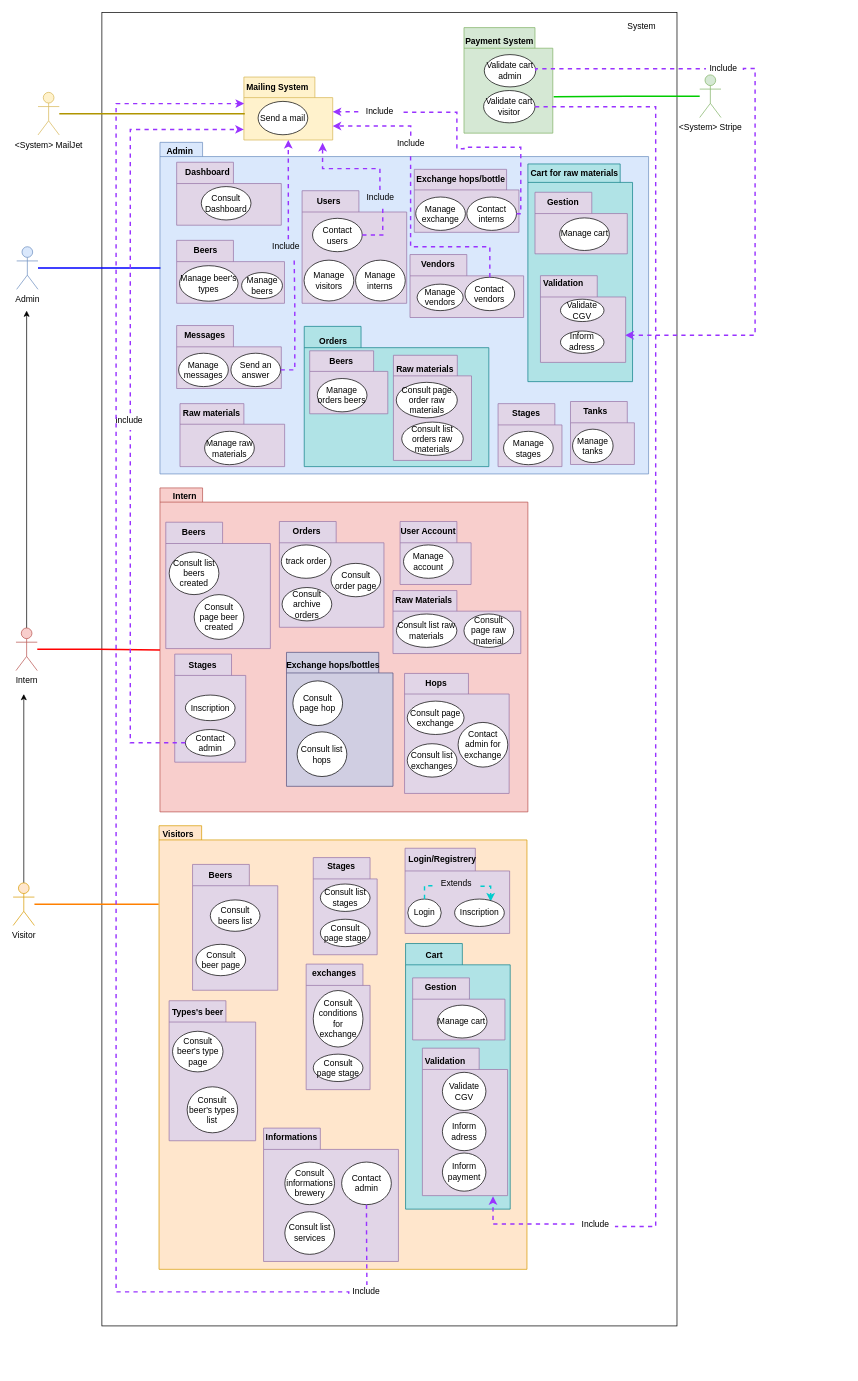
The draw.io diagram partiel use case and package diagram.drawio in Aurelie1416/books-key, before the edit. Source tidied: cells renumbered, new cells numbered last; positions are measured from the earlier drawing's top-left corner, leaving out a move shared by most shapes. Both pictures are drawn from the tidied source at 71%, with x=0, y=0 at pixel (13, 12).
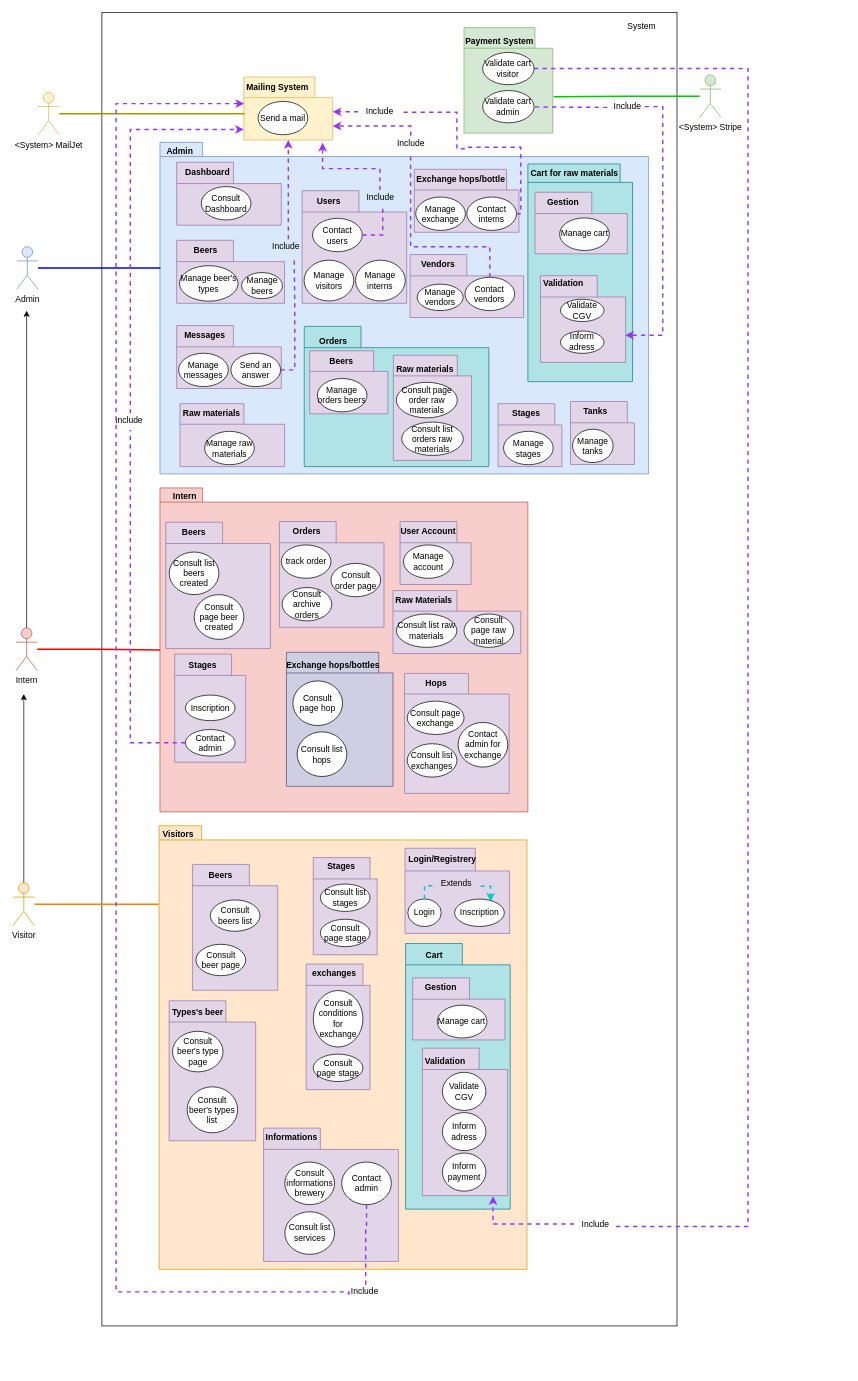
The same page after the edit.

Unchanged cells that the change refers to:
```xml
<mxCell id="61" style="shape=folder;fontStyle=1;spacingTop=10;tabWidth=80;tabHeight=30;tabPosition=left;html=1;fillColor=#e1d5e7;strokeColor=#9673a6;" parent="60" vertex="1">
  <mxGeometry y="1.4" width="120" height="122.1" as="geometry" />
</mxCell>
<mxCell id="85" style="group;" parent="1" vertex="1">
  <mxGeometry x="635" y="20" width="125.1" height="150" as="geometry" />
</mxCell>
<mxCell id="90" style="group;" parent="1" vertex="1">
  <mxGeometry x="177" y="1028" width="996.4" height="882" as="geometry" />
</mxCell>
<mxCell id="93" style="group;" parent="90" vertex="1">
  <mxGeometry x="376" y="169.2" width="147.3" height="218.3" as="geometry" />
</mxCell>
<mxCell id="97" value="Login" style="ellipse;whiteSpace=wrap;html=1;" parent="93" vertex="1">
  <mxGeometry x="2.8" y="51.6" width="47.2" height="38.6" as="geometry" />
</mxCell>
<mxCell id="99" value="Extends" style="text;html=1;align=center;verticalAlign=middle;points=[];strokeColor=none;fillColor=none;" parent="93" vertex="1">
  <mxGeometry x="40.6" y="20" width="60" height="20" as="geometry" />
</mxCell>
<mxCell id="133" value="Contact admin" style="ellipse;whiteSpace=wrap;html=1;" parent="90" vertex="1">
  <mxGeometry x="285.7" y="591.2" width="70" height="60" as="geometry" />
</mxCell>
<mxCell id="202" value="Include" style="text;html=1;align=center;verticalAlign=middle;points=[];strokeColor=none;fillColor=none;" parent="1" vertex="1">
  <mxGeometry x="795" y="1696.6" width="50" height="20" as="geometry" />
</mxCell>
```

Diff of the diagram source:
```diff
@@
     <mxCell id="88" value="Validate cart admin" style="ellipse;whiteSpace=wrap;html=1;" parent="85" vertex="1">
-      <mxGeometry x="28.6" y="39.4" width="72.4" height="45.5" as="geometry" />
+      <mxGeometry x="26.3" y="90" width="72.4" height="45.5" as="geometry" />
     </mxCell>
-    <mxCell id="89" value="Validate cart visitor" style="ellipse;whiteSpace=wrap;html=1;" parent="85" vertex="1">
-      <mxGeometry x="27.6" y="90" width="72.4" height="45.5" as="geometry" />
-    </mxCell>
@@
-    <mxCell id="100" style="edgeStyle=orthogonalEdgeStyle;rounded=0;jettySize=auto;html=1;exitX=0.5;exitY=0;exitDx=0;exitDy=0;entryX=-0.048;entryY=0.639;entryDx=0;entryDy=0;entryPerimeter=0;dashed=1;endArrow=none;endFill=1;strokeWidth=2;strokeColor=#00CCCC;" parent="93" edge="1" source="97" target="99">
+    <mxCell id="100" style="edgeStyle=orthogonalEdgeStyle;rounded=0;jettySize=auto;html=1;exitX=0.5;exitY=0;exitDx=0;exitDy=0;entryX=-0.048;entryY=0.639;entryDx=0;entryDy=0;entryPerimeter=0;dashed=1;endArrow=none;endFill=1;strokeWidth=2;strokeColor=#00C9C9;" parent="93" edge="1" source="97" target="99">
       <mxGeometry relative="1" as="geometry">
         <Array as="points">
           <mxPoint x="26" y="33" />
         </Array>
       </mxGeometry>
     </mxCell>
@@
+    <mxCell id="199" value="Include" style="text;html=1;align=center;verticalAlign=middle;points=[];strokeColor=none;fillColor=none;" parent="90" vertex="1">
+      <mxGeometry x="293" y="764.2" width="50" height="20" as="geometry" />
+    </mxCell>
+    <mxCell id="200" style="edgeStyle=orthogonalEdgeStyle;rounded=0;jettySize=auto;html=1;exitX=0.5;exitY=1;exitDx=0;exitDy=0;entryX=0.531;entryY=0.009;entryDx=0;entryDy=0;entryPerimeter=0;dashed=1;endArrow=none;endFill=1;strokeWidth=2;strokeColor=#9933FF;" parent="90" edge="1" source="133" target="199">
+      <mxGeometry relative="1" as="geometry">
+        <Array as="points">
+          <mxPoint x="321" y="682" />
+        </Array>
+      </mxGeometry>
+    </mxCell>
@@
-    <mxCell id="186" style="edgeStyle=orthogonalEdgeStyle;rounded=0;jettySize=auto;html=1;exitX=1.072;exitY=0.6;exitDx=0;exitDy=0;exitPerimeter=0;entryX=0.996;entryY=0.687;entryDx=0;entryDy=0;entryPerimeter=0;dashed=1;endArrow=classic;endFill=1;startArrow=none;strokeWidth=2;strokeColor=#9933FF;" parent="1" edge="1" source="187" target="61">
+    <mxCell id="186" style="edgeStyle=orthogonalEdgeStyle;rounded=0;jettySize=auto;html=1;entryX=0.996;entryY=0.687;entryDx=0;entryDy=0;entryPerimeter=0;dashed=1;endArrow=classic;endFill=1;startArrow=none;strokeWidth=2;strokeColor=#9933FF;" parent="1" edge="1" source="187" target="61">
       <mxGeometry relative="1" as="geometry">
         <Array as="points">
-          <mxPoint x="1029" y="79" />
-          <mxPoint x="1045" y="79" />
-          <mxPoint x="1045" y="455" />
+          <mxPoint x="915" y="133" />
+          <mxPoint x="915" y="455" />
         </Array>
       </mxGeometry>
     </mxCell>
-    <mxCell id="187" value="Include" style="text;html=1;align=center;verticalAlign=middle;points=[];strokeColor=none;fillColor=none;" parent="1" vertex="1">
-      <mxGeometry x="975" y="69" width="50" height="20" as="geometry" />
-    </mxCell>
-    <mxCell id="188" style="edgeStyle=orthogonalEdgeStyle;rounded=0;jettySize=auto;html=1;exitX=1;exitY=0.5;exitDx=0;exitDy=0;entryX=0.016;entryY=0.52;entryDx=0;entryDy=0;entryPerimeter=0;dashed=1;endArrow=none;endFill=1;strokeWidth=2;strokeColor=#9933FF;" parent="1" edge="1" source="88" target="187">
-      <mxGeometry relative="1" as="geometry">
-        <Array as="points">
-          <mxPoint x="736" y="80" />
-          <mxPoint x="976" y="80" />
-        </Array>
-      </mxGeometry>
-    </mxCell>
@@
-    <mxCell id="199" value="Include" style="text;html=1;align=center;verticalAlign=middle;points=[];strokeColor=none;fillColor=none;" parent="1" vertex="1">
-      <mxGeometry x="471.7" y="1792.2" width="50" height="20" as="geometry" />
-    </mxCell>
-    <mxCell id="200" style="edgeStyle=orthogonalEdgeStyle;rounded=0;jettySize=auto;html=1;exitX=0.5;exitY=1;exitDx=0;exitDy=0;entryX=0.531;entryY=0.009;entryDx=0;entryDy=0;entryPerimeter=0;dashed=1;endArrow=none;endFill=1;strokeWidth=2;strokeColor=#9933FF;" parent="1" edge="1" source="133" target="199">
-      <mxGeometry relative="1" as="geometry">
-        <Array as="points">
-          <mxPoint x="498" y="1710" />
-        </Array>
-      </mxGeometry>
-    </mxCell>
@@
-    <mxCell id="203" style="edgeStyle=orthogonalEdgeStyle;rounded=0;jettySize=auto;html=1;exitX=1;exitY=0.5;exitDx=0;exitDy=0;entryX=1.072;entryY=0.612;entryDx=0;entryDy=0;entryPerimeter=0;dashed=1;endArrow=none;endFill=1;strokeWidth=2;strokeColor=#9933FF;" parent="1" edge="1" source="89" target="202">
+    <mxCell id="203" style="edgeStyle=orthogonalEdgeStyle;rounded=0;jettySize=auto;html=1;exitX=1;exitY=0.5;exitDx=0;exitDy=0;entryX=1.072;entryY=0.612;entryDx=0;entryDy=0;entryPerimeter=0;dashed=1;endArrow=none;endFill=1;strokeWidth=2;strokeColor=#9933FF;startArrow=none;" parent="1" edge="1" source="89" target="202">
       <mxGeometry relative="1" as="geometry">
         <Array as="points">
-          <mxPoint x="905" y="133" />
-          <mxPoint x="905" y="1710" />
+          <mxPoint x="1035" y="79" />
+          <mxPoint x="1035" y="1710" />
           <mxPoint x="849" y="1710" />
         </Array>
       </mxGeometry>
     </mxCell>
@@
+    <mxCell id="89" value="Validate cart visitor" style="ellipse;whiteSpace=wrap;html=1;" parent="1" vertex="1">
+      <mxGeometry x="661.3" y="56.3" width="72.4" height="45.5" as="geometry" />
+    </mxCell>
+    <mxCell id="187" value="Include" style="text;html=1;align=center;verticalAlign=middle;points=[];strokeColor=none;fillColor=none;" parent="1" vertex="1">
+      <mxGeometry x="839.7" y="122.7" width="50" height="20" as="geometry" />
+    </mxCell>
+    <mxCell id="205" style="edgeStyle=orthogonalEdgeStyle;rounded=0;jettySize=auto;html=1;entryX=-0.013;entryY=0.553;entryDx=0;entryDy=0;entryPerimeter=0;dashed=1;endArrow=none;endFill=1;startArrow=none;strokeWidth=2;strokeColor=#9933FF;" parent="1" edge="1" target="187">
+      <mxGeometry relative="1" as="geometry">
+        <mxPoint x="735" y="133" as="sourcePoint" />
+      </mxGeometry>
+    </mxCell>
```
